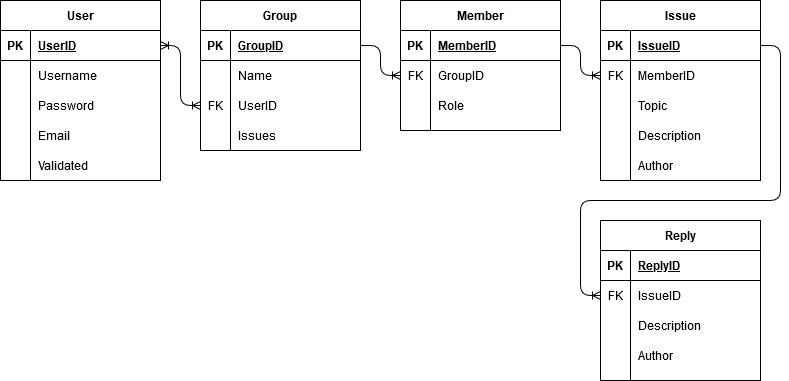
Before: ERD.png, a diagram exported from draw.io (MWaldrep2000/COP4331-26-Large-Project). Source tidied: cells renumbered, new cells last; positions are measured from the earlier drawing's top-left corner, leaving out a move shared by most shapes.
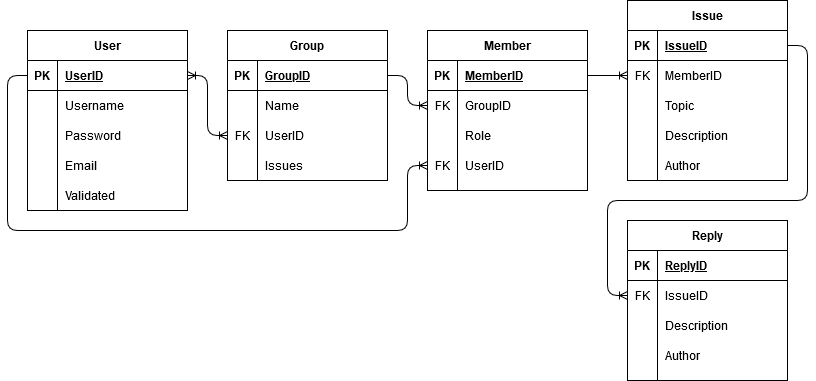
The same file after the commit.

The edit, as a diff of the source:
```diff
@@ -3,18 +3,28 @@
     <mxCell id="0" />
     <mxCell id="1" parent="0" />
     <mxCell id="2" style="edgeStyle=orthogonalEdgeStyle;rounded=1;jettySize=auto;html=1;exitX=1;exitY=0.5;exitDx=0;exitDy=0;entryX=0;entryY=0.5;entryDx=0;entryDy=0;startArrow=none;startFill=0;endArrow=ERoneToMany;endFill=0;" parent="1" edge="1" source="23" target="39">
-      <mxGeometry relative="1" as="geometry" />
+      <mxGeometry relative="1" as="geometry">
+        <Array as="points">
+          <mxPoint x="380" y="45" />
+          <mxPoint x="380" y="75" />
+        </Array>
+      </mxGeometry>
     </mxCell>
     <mxCell id="3" style="edgeStyle=orthogonalEdgeStyle;rounded=1;jettySize=auto;html=1;exitX=1;exitY=0.5;exitDx=0;exitDy=0;entryX=0;entryY=0.5;entryDx=0;entryDy=0;startArrow=ERoneToMany;startFill=0;endArrow=ERoneToMany;endFill=0;" parent="1" edge="1" source="7" target="29">
-      <mxGeometry relative="1" as="geometry" />
+      <mxGeometry relative="1" as="geometry">
+        <Array as="points">
+          <mxPoint x="180" y="45" />
+          <mxPoint x="180" y="105" />
+        </Array>
+      </mxGeometry>
     </mxCell>
     <mxCell id="4" style="edgeStyle=orthogonalEdgeStyle;rounded=1;jettySize=auto;html=1;exitX=1;exitY=0.5;exitDx=0;exitDy=0;entryX=0;entryY=0.5;entryDx=0;entryDy=0;startArrow=none;startFill=0;endArrow=ERoneToMany;endFill=0;" parent="1" edge="1" source="46" target="65">
       <mxGeometry relative="1" as="geometry">
         <Array as="points">
-          <mxPoint x="780" y="45" />
-          <mxPoint x="780" y="200" />
-          <mxPoint x="580" y="200" />
-          <mxPoint x="580" y="295" />
+          <mxPoint x="780" y="15" />
+          <mxPoint x="780" y="170" />
+          <mxPoint x="580" y="170" />
+          <mxPoint x="580" y="265" />
         </Array>
       </mxGeometry>
     </mxCell>
@@ -109,7 +119,7 @@
       <mxGeometry x="30" width="130" height="30" as="geometry" />
     </mxCell>
     <mxCell id="35" value="Member" style="shape=table;startSize=30;rowLines=0;fontStyle=1;align=center;" parent="1" vertex="1">
-      <mxGeometry x="400" width="160" height="130" as="geometry" />
+      <mxGeometry x="400" width="160" height="160" as="geometry" />
     </mxCell>
     <mxCell id="36" style="shape=partialRectangle;fillColor=none;top=0;left=0;bottom=1;right=0;points=[[0,0.5],[1,0.5]];portConstraint=eastwest;" parent="35" vertex="1">
       <mxGeometry y="30" width="160" height="30" as="geometry" />
@@ -138,8 +148,17 @@
     <mxCell id="44" value="Role" style="shape=partialRectangle;fillColor=none;top=0;left=0;bottom=0;right=0;align=left;spacingLeft=6;overflow=hidden;" parent="42" vertex="1">
       <mxGeometry x="30" width="130" height="30" as="geometry" />
     </mxCell>
+    <mxCell id="74" style="shape=partialRectangle;fillColor=none;top=0;left=0;bottom=0;right=0;points=[[0,0.5],[1,0.5]];portConstraint=eastwest;" parent="35" vertex="1">
+      <mxGeometry y="120" width="160" height="30" as="geometry" />
+    </mxCell>
+    <mxCell id="75" value="FK" style="shape=partialRectangle;fillColor=none;top=0;left=0;bottom=0;right=0;overflow=hidden;" parent="74" vertex="1">
+      <mxGeometry width="30" height="30" as="geometry" />
+    </mxCell>
+    <mxCell id="76" value="UserID" style="shape=partialRectangle;fillColor=none;top=0;left=0;bottom=0;right=0;align=left;spacingLeft=6;overflow=hidden;" parent="74" vertex="1">
+      <mxGeometry x="30" width="130" height="30" as="geometry" />
+    </mxCell>
     <mxCell id="45" value="Issue" style="shape=table;startSize=30;rowLines=0;fontStyle=1;align=center;" parent="1" vertex="1">
-      <mxGeometry x="600" width="160" height="180" as="geometry" />
+      <mxGeometry x="600" y="-30" width="160" height="180" as="geometry" />
     </mxCell>
     <mxCell id="46" style="shape=partialRectangle;fillColor=none;top=0;left=0;bottom=1;right=0;points=[[0,0.5],[1,0.5]];portConstraint=eastwest;" parent="45" vertex="1">
       <mxGeometry y="30" width="160" height="30" as="geometry" />
@@ -187,7 +206,7 @@
       <mxGeometry x="30" width="130" height="30" as="geometry" />
     </mxCell>
     <mxCell id="61" value="Reply" style="shape=table;startSize=30;rowLines=0;fontStyle=1;align=center;" parent="1" vertex="1">
-      <mxGeometry x="600" y="220" width="160" height="160" as="geometry" />
+      <mxGeometry x="600" y="190" width="160" height="160" as="geometry" />
     </mxCell>
     <mxCell id="62" style="shape=partialRectangle;fillColor=none;top=0;left=0;bottom=1;right=0;" parent="61" vertex="1">
       <mxGeometry y="30" width="160" height="30" as="geometry" />
@@ -225,5 +244,15 @@
     <mxCell id="73" value="Author" style="shape=partialRectangle;fillColor=none;top=0;left=0;bottom=0;right=0;align=left;spacingLeft=6;overflow=hidden;" parent="71" vertex="1">
       <mxGeometry x="30" width="130" height="30" as="geometry" />
     </mxCell>
+    <mxCell id="77" style="edgeStyle=orthogonalEdgeStyle;rounded=1;jettySize=auto;html=1;exitX=0;exitY=0.5;exitDx=0;exitDy=0;entryX=0;entryY=0.5;entryDx=0;entryDy=0;startArrow=none;startFill=0;endArrow=ERoneToMany;endFill=0;" parent="1" edge="1" source="7" target="74">
+      <mxGeometry relative="1" as="geometry">
+        <Array as="points">
+          <mxPoint x="-20" y="45" />
+          <mxPoint x="-20" y="200" />
+          <mxPoint x="380" y="200" />
+          <mxPoint x="380" y="135" />
+        </Array>
+      </mxGeometry>
+    </mxCell>
   </root>
 </mxGraphModel>
```
